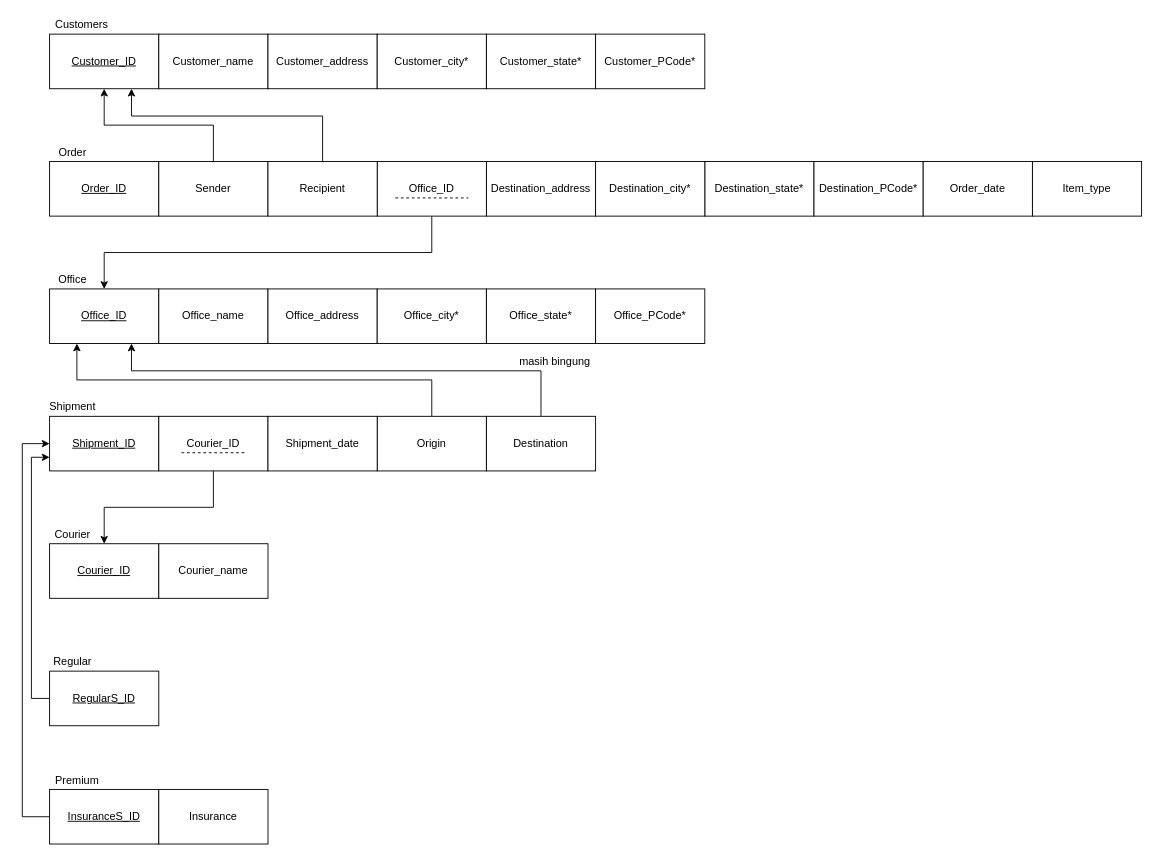
jeki-z/dripship keeps this draw.io diagram as page "Normalisasi" (2 of 2) of ERD/ERD_Norm.drawio. Above is the earlier version. Source tidied: cells renumbered, new cells numbered last; positions are measured from the earlier drawing's top-left corner, leaving out a move shared by most shapes. Both pictures are drawn from the tidied source at 91%, with x=0, y=0 at pixel (22, 15).
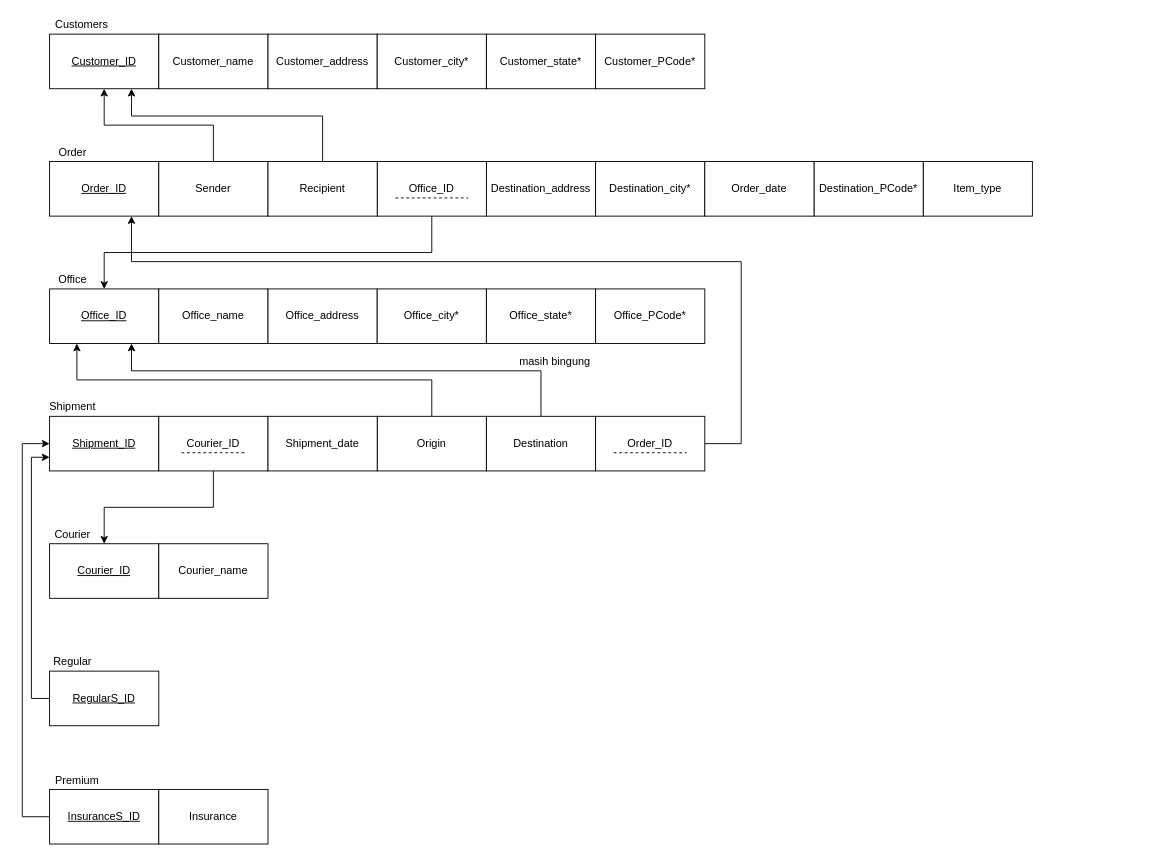
After the change.

Unchanged cells that the change refers to:
```xml
<mxCell id="10" value="&lt;u&gt;Order_ID&lt;/u&gt;" style="rounded=0;whiteSpace=wrap;html=1;" parent="1" vertex="1">
  <mxGeometry x="30" y="160" width="120" height="60" as="geometry" />
</mxCell>
```

Diff of the diagram source:
```diff
@@
     <mxCell id="12" value="Item_type" style="rounded=0;whiteSpace=wrap;html=1;" parent="1" vertex="1">
-      <mxGeometry x="1110" y="160" width="120" height="60" as="geometry" />
+      <mxGeometry x="990" y="160" width="120" height="60" as="geometry" />
     </mxCell>
@@
-    <mxCell id="17" value="Destination_state*" style="rounded=0;whiteSpace=wrap;html=1;" parent="1" vertex="1">
-      <mxGeometry x="750" y="160" width="120" height="60" as="geometry" />
-    </mxCell>
@@
     <mxCell id="20" value="Order_date" style="rounded=0;whiteSpace=wrap;html=1;" parent="1" vertex="1">
-      <mxGeometry x="990" y="160" width="120" height="60" as="geometry" />
+      <mxGeometry x="750" y="160" width="120" height="60" as="geometry" />
     </mxCell>
@@
+    <mxCell id="52" style="edgeStyle=orthogonalEdgeStyle;rounded=0;jettySize=auto;html=1;exitX=1;exitY=0.5;exitDx=0;exitDy=0;" parent="1" edge="1" source="53" target="10">
+      <mxGeometry relative="1" as="geometry">
+        <Array as="points">
+          <mxPoint x="790" y="470" />
+          <mxPoint x="790" y="270" />
+          <mxPoint x="120" y="270" />
+        </Array>
+      </mxGeometry>
+    </mxCell>
+    <mxCell id="53" value="Order_ID" style="rounded=0;whiteSpace=wrap;html=1;" parent="1" vertex="1">
+      <mxGeometry x="630" y="440" width="120" height="60" as="geometry" />
+    </mxCell>
+    <mxCell id="54" style="endArrow=none;dashed=1;html=1;rounded=0;" parent="1" edge="1">
+      <mxGeometry relative="1" as="geometry">
+        <mxPoint x="650" y="480" as="sourcePoint" />
+        <mxPoint x="730" y="480" as="targetPoint" />
+      </mxGeometry>
+    </mxCell>
```
